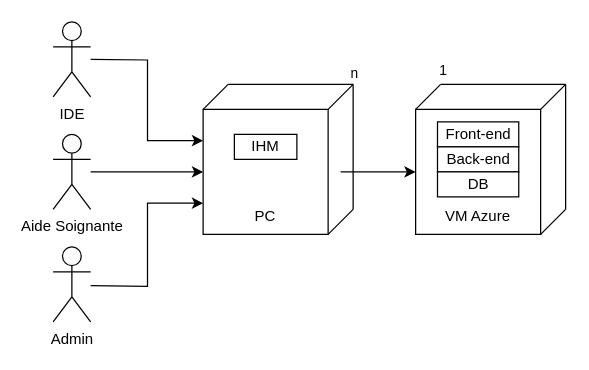
2023-2024-ECOM-INFO5-G2/docs keeps this draw.io diagram as Assets/Diagrammes/vue_physique.drawio. Above is the earlier version. Source tidied: cells renumbered, new cells numbered last; positions are measured from the earlier drawing's top-left corner, leaving out a move shared by most shapes. Both pictures are drawn from the tidied source at 125%, with x=0, y=0 at pixel (52, 21).
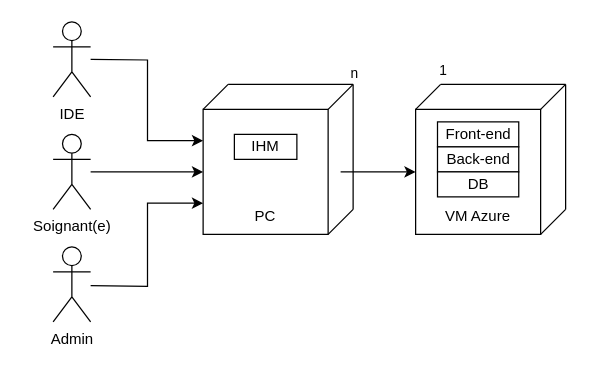
After the change.

What changed in the source:
```diff
@@
-    <mxCell id="6" value="Aide Soignante" style="shape=umlActor;verticalLabelPosition=bottom;verticalAlign=top;html=1;outlineConnect=0;" parent="1" vertex="1">
+    <mxCell id="6" value="Soignant(e)" style="shape=umlActor;verticalLabelPosition=bottom;verticalAlign=top;html=1;outlineConnect=0;" parent="1" vertex="1">
       <mxGeometry y="90" width="30" height="60" as="geometry" />
     </mxCell>
```
